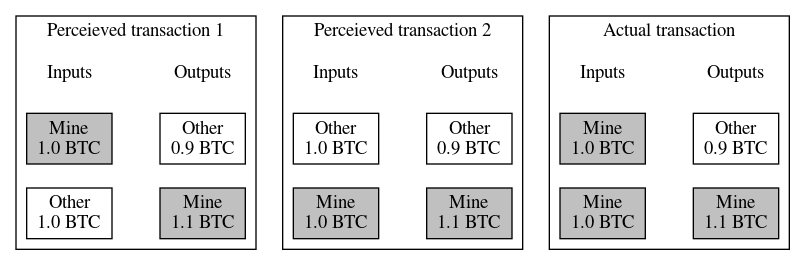
bitcoinops/bitcoinops.github.io keeps this Graphviz diagram as img/posts/2020-05-fake-coinjoin-trick-hardware-wallet.dot.png. Above is the earlier version. Its source is kept beside it as img/posts/2020-05-fake-coinjoin-trick-hardware-wallet.dot. Its diagram source:
```dot
digraph fake_coinjoin {

rankdir=LR

node [ shape = "box" ];
edge [ style = "invis" ];


subgraph cluster_fake1 {
  fake1_in_label [ label = "Inputs", shape = "none", height=0.1 ];
  fake1_out_label [ label = "Outputs", shape = "none", height=0.1 ];
  fake1_in_mine [ label = "Mine\n1.0 BTC", style = "filled" fillcolor = "grey" ]
  fake1_out_other [ label = "Other\n0.9 BTC" ];
  fake1_in_other [ label = "Other\n1.0 BTC" ];
  fake1_out_mine [ label = "Mine\n1.1 BTC", style = "filled" fillcolor = "grey" ];
  fake1_in_mine -> fake1_out_other;
  fake1_in_other -> fake1_out_mine;

  label = "Perceieved transaction 1";
}

fake1_out_mine -> fake2_in_mine;
fake1_out_other -> fake2_in_other;

subgraph cluster_fake2 {
  fake2_in_label [ label = "Inputs", shape = "none", height=0.1 ];
  fake2_out_label [ label = "Outputs", shape = "none", height=0.1 ];
  fake2_in_mine [ label = "Mine\n1.0 BTC", style = "filled", fillcolor = "grey" ]
  fake2_out_other [ label = "Other\n0.9 BTC" ];
  fake2_in_other [ label = "Other\n1.0 BTC" ];
  fake2_out_mine [ label = "Mine\n1.1 BTC", style = "filled", fillcolor = "grey" ];
  fake2_in_other -> fake2_out_other;
  fake2_in_mine -> fake2_out_mine;

  label = "Perceieved transaction 2";
}

fake2_out_mine -> actual_in_mine1;
fake2_out_other -> actual_in_mine2;

subgraph cluster_actual {
  actual_in_label [ label = "Inputs", shape = "none", height=0.1 ];
  actual_out_label [ label = "Outputs", shape = "none", height=0.1 ];
  actual_in_mine1 [ label = "Mine\n1.0 BTC", style = "filled", fillcolor = "grey" ]
  actual_out_other [ label = "Other\n0.9 BTC" ];
  actual_in_mine2 [ label = "Mine\n1.0 BTC", style = "filled", fillcolor = "grey"];
  actual_out_mine [ label = "Mine\n1.1 BTC", style = "filled", fillcolor = "grey" ];
  actual_in_mine1 -> actual_out_mine;
  actual_in_mine2 -> actual_out_other;

  label = "Actual transaction";
}

fake1_in_label -> fake1_out_label -> fake2_in_label -> fake2_out_label -> actual_in_label -> actual_out_label;
}
```
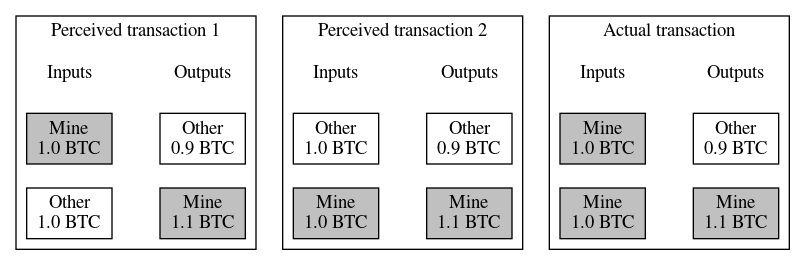
Later version of the same file.

Commit message:
News97: spelling correction on fake coinjoin image

Spelling correction suggested by Jon Atack (thanks!)

Change to the diagram source:
```diff
@@ -16,7 +16,7 @@
   fake1_in_mine -> fake1_out_other;
   fake1_in_other -> fake1_out_mine;
 
-  label = "Perceieved transaction 1";
+  label = "Perceived transaction 1";
 }
 
 fake1_out_mine -> fake2_in_mine;
@@ -32,7 +32,7 @@
   fake2_in_other -> fake2_out_other;
   fake2_in_mine -> fake2_out_mine;
 
-  label = "Perceieved transaction 2";
+  label = "Perceived transaction 2";
 }
 
 fake2_out_mine -> actual_in_mine1;
```
